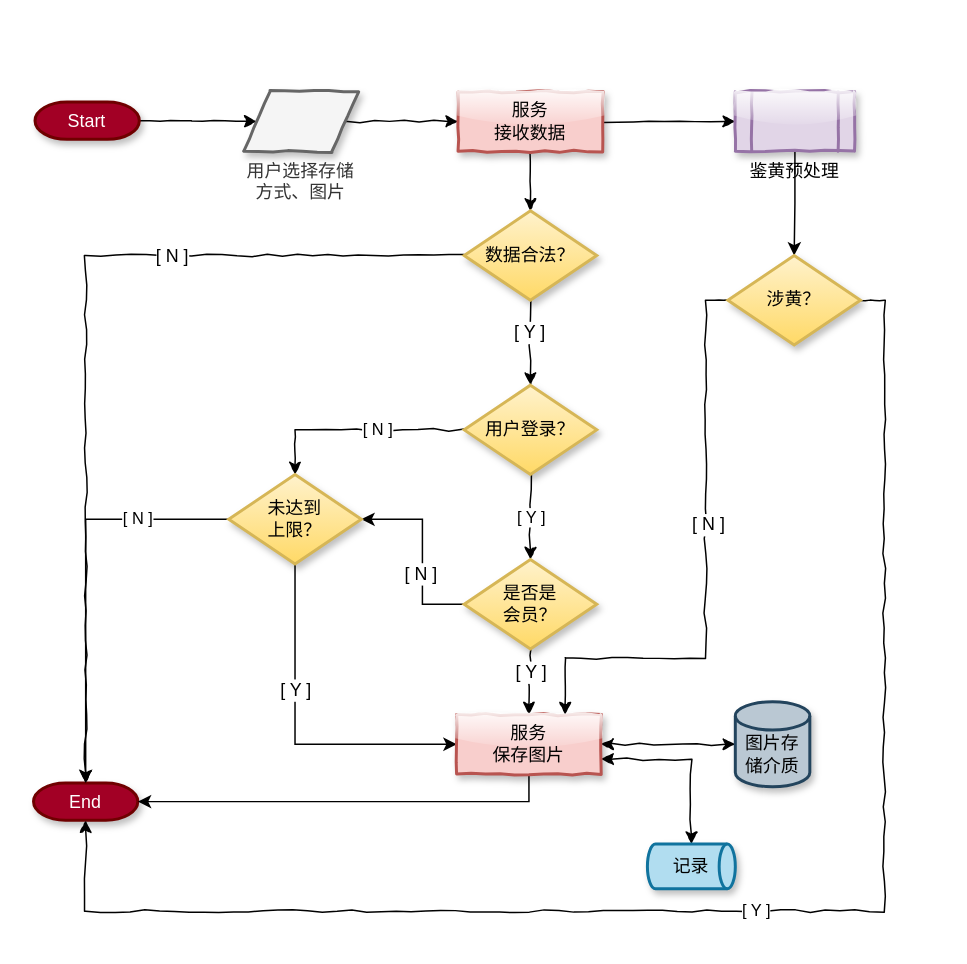
Above: 上传图片流程.drawio in gumuqi/draw.io (draw.io), before the change. Source tidied: cells renumbered, new cells numbered last; positions are measured from the earlier drawing's top-left corner, leaving out a move shared by most shapes. Both pictures are drawn from the tidied source at 149%, with x=0, y=0 at pixel (33, 91).
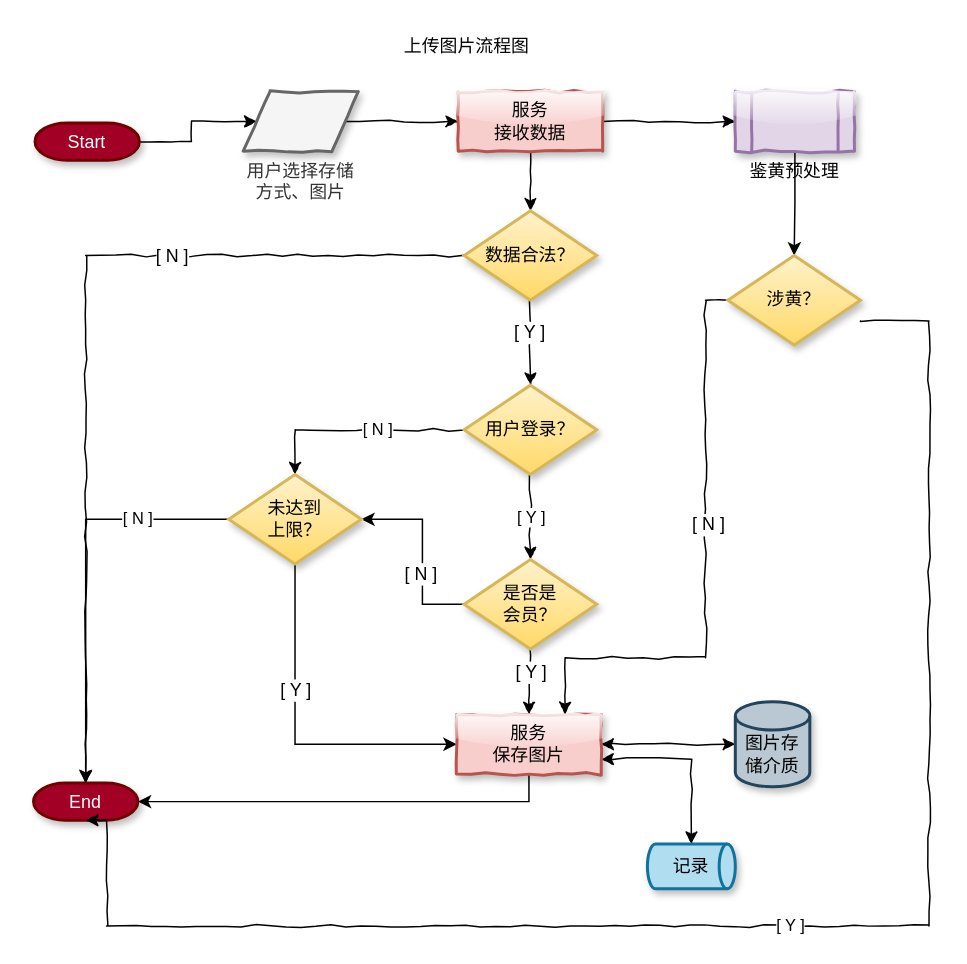
After the change.

Commit message:
更新上传图片流程.drawio

Unchanged cells that the change refers to:
```xml
<mxCell id="4" value="End" style="strokeWidth=2;html=1;shape=mxgraph.flowchart.terminator;whiteSpace=wrap;fillColor=#a20025;strokeColor=#6F0000;fontColor=#ffffff;shadow=1;labelBorderColor=none;" parent="1" vertex="1">
  <mxGeometry y="464" width="70" height="25" as="geometry" />
</mxCell>
<mxCell id="38" value="涉黄？" style="strokeWidth=2;html=1;shape=mxgraph.flowchart.decision;whiteSpace=wrap;gradientColor=#ffd966;fillColor=#fff2cc;strokeColor=#d6b656;labelBorderColor=none;shadow=1;" parent="1" vertex="1">
  <mxGeometry x="466" y="110" width="89" height="60" as="geometry" />
</mxCell>
```

Change to the diagram source:
```diff
@@
     <mxCell id="3" value="Start" style="strokeWidth=2;html=1;shape=mxgraph.flowchart.terminator;whiteSpace=wrap;fillColor=#a20025;strokeColor=#6F0000;fontColor=#ffffff;shadow=1;labelBorderColor=none;" parent="1" vertex="1">
-      <mxGeometry x="1" y="7" width="70" height="25" as="geometry" />
+      <mxGeometry x="1" y="21" width="70" height="25" as="geometry" />
     </mxCell>
@@
     <mxCell id="35" value="[ Y ]" style="edgeStyle=orthogonalEdgeStyle;rounded=0;jettySize=auto;html=1;entryX=0.5;entryY=1;entryDx=0;entryDy=0;entryPerimeter=0;startArrow=none;startFill=0;comic=1;labelBorderColor=none;" parent="1" edge="1" source="38" target="4">
       <mxGeometry relative="1" as="geometry">
         <Array as="points">
-          <mxPoint x="571" y="140" />
-          <mxPoint x="571" y="550" />
-          <mxPoint x="35" y="550" />
+          <mxPoint x="601" y="154" />
+          <mxPoint x="601" y="560" />
+          <mxPoint x="49" y="560" />
         </Array>
       </mxGeometry>
     </mxCell>
@@
+    <mxCell id="39" value="上传图片流程图" style="text;html=1;strokeColor=none;fillColor=none;align=center;verticalAlign=middle;whiteSpace=wrap;rounded=0;shadow=1;glass=1;comic=1;" parent="1" vertex="1">
+      <mxGeometry x="211" y="-40" width="160" height="20" as="geometry" />
+    </mxCell>
```
